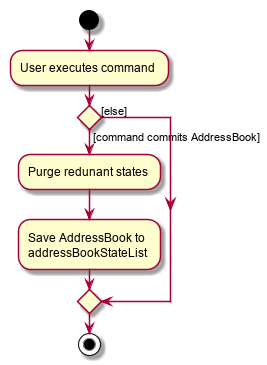
The PlantUML diagram docs/images/CommitActivityDiagram.png in nus-cs2103-AY1920S1/addressbook-level3, before a commit.
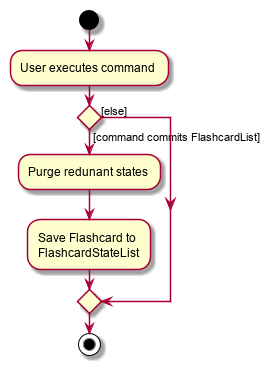
After the commit.

Change to the diagram source:
```diff
@@ -3,10 +3,10 @@
 :User executes command;
 
 
-if () then ([command commits AddressBook])
+if () then ([command commits FlashcardList])
     :Purge redunant states;
-    :Save AddressBook to
-    addressBookStateList;
+    :Save Flashcard to
+    FlashcardStateList;
 else ([else])
 endif
 stop
```
